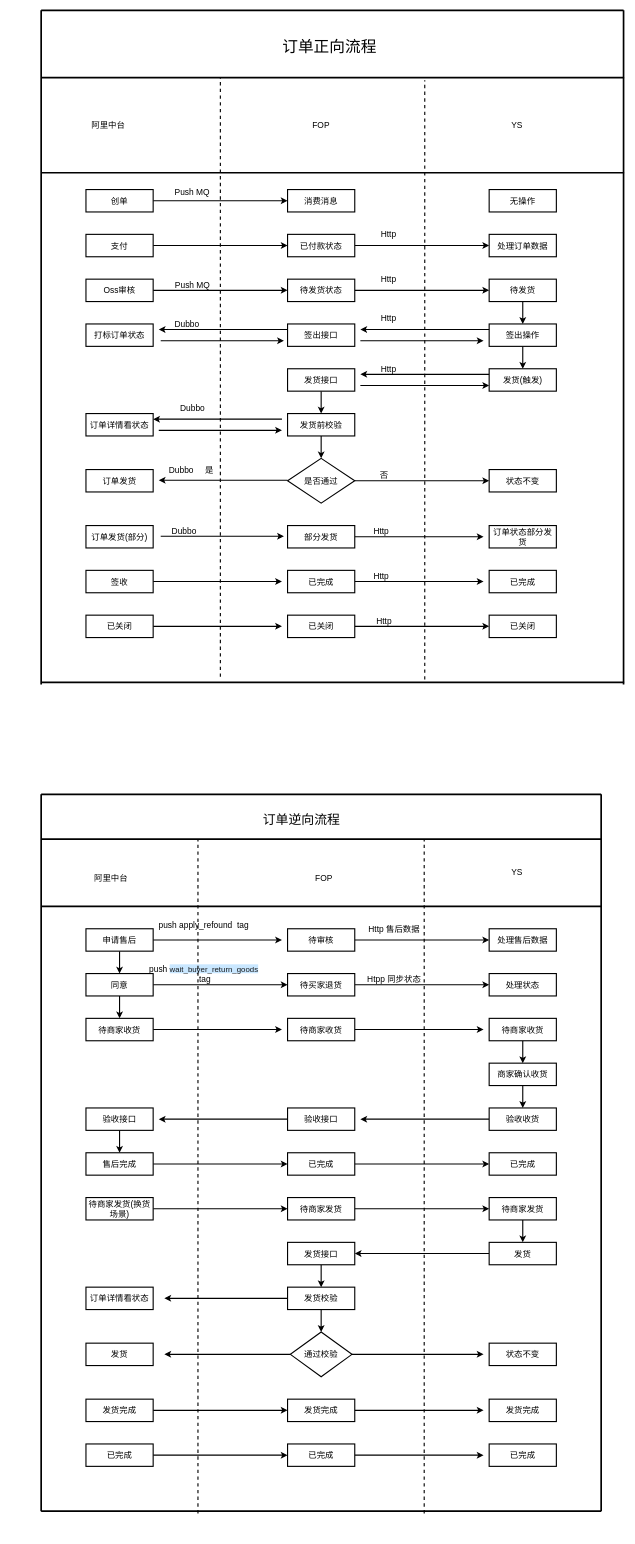
The draw.io diagram YS.drawio in FocusZhouGD/drawprogram, before the edit. Source tidied: cells renumbered, new cells numbered last; positions are measured from the earlier drawing's top-left corner, leaving out a move shared by most shapes. Both pictures are drawn from the tidied source at 56%, with x=0, y=0 at pixel (18, 10).
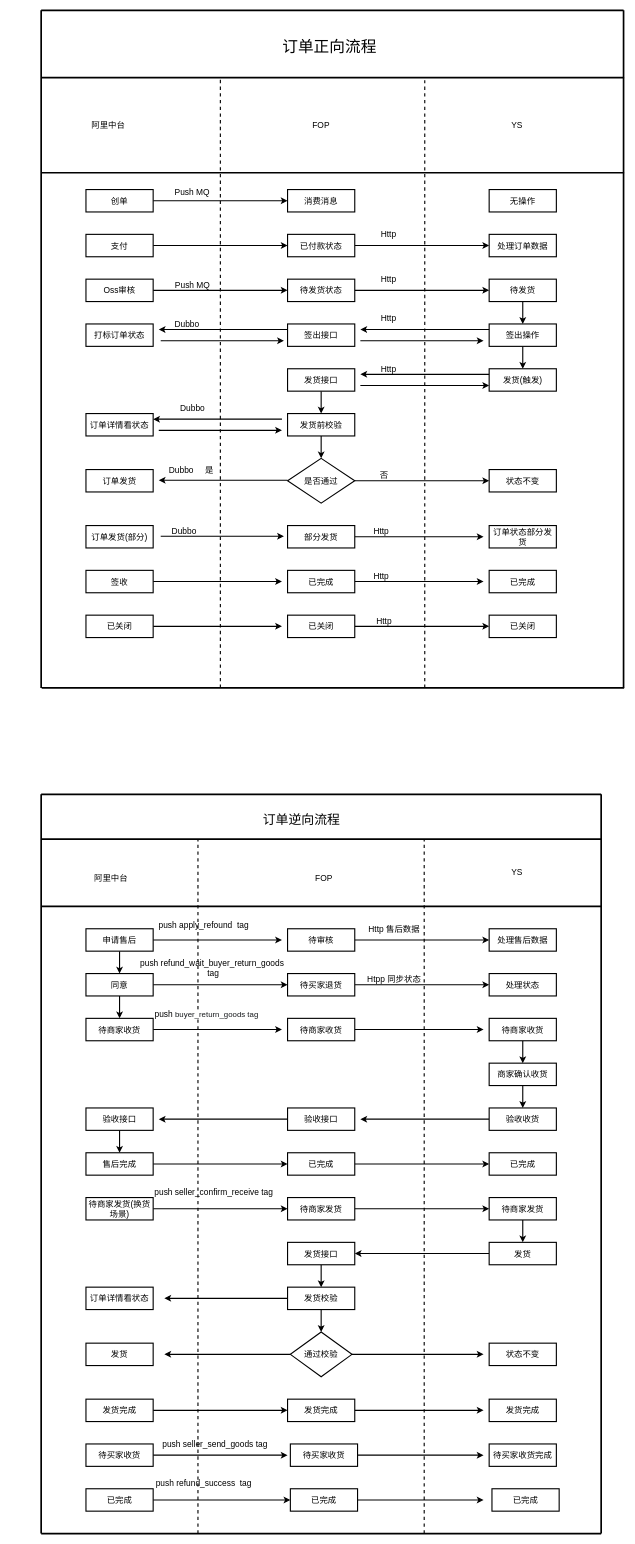
The same page after the edit.

Change to the diagram source:
```diff
@@
     <mxCell id="4" style="endArrow=none;html=1;rounded=0;strokeWidth=3;" parent="1" edge="1">
       <mxGeometry relative="1" as="geometry">
-        <mxPoint x="40" y="1204" as="sourcePoint" />
+        <mxPoint x="40" y="1210" as="sourcePoint" />
         <mxPoint x="40" as="targetPoint" />
       </mxGeometry>
     </mxCell>
@@
-    <mxCell id="93" value="push&amp;nbsp;&lt;span style=&quot;color: rgb(23 , 26 , 29) ; font-family: &amp;#34;microsoft yahei&amp;#34; , &amp;#34;segoe ui&amp;#34; , , &amp;#34;roboto&amp;#34; , &amp;#34;droid sans&amp;#34; , &amp;#34;helvetica neue&amp;#34; , sans-serif , &amp;#34;tahoma&amp;#34; , &amp;#34;segoe ui symbolmyanmar text&amp;#34; , ; font-size: 14px ; text-align: left ; background-color: rgb(201 , 231 , 255)&quot;&gt;wait_buyer_return_goods&lt;/span&gt;&lt;br&gt;&amp;nbsp;tag" style="text;html=1;align=center;verticalAlign=middle;strokeColor=none;fillColor=none;fontSize=15;" parent="1" vertex="1">
-      <mxGeometry x="225" y="1700" width="210" height="40" as="geometry" />
+    <mxCell id="93" value="push&amp;nbsp;refund_wait_buyer_return_goods&lt;br&gt;&amp;nbsp;tag" style="text;html=1;align=center;verticalAlign=middle;strokeColor=none;fillColor=none;fontSize=15;" parent="1" vertex="1">
+      <mxGeometry x="210" y="1690" width="270" height="40" as="geometry" />
     </mxCell>
@@
     <mxCell id="140" value="已完成" style="rounded=0;whiteSpace=wrap;html=1;fontSize=15;strokeWidth=2;" parent="1" vertex="1">
-      <mxGeometry x="120" y="2560" width="120" height="40" as="geometry" />
+      <mxGeometry x="120" y="2640" width="120" height="40" as="geometry" />
     </mxCell>
-    <mxCell id="141" style="edgeStyle=orthogonalEdgeStyle;rounded=0;jettySize=auto;html=1;fontSize=15;strokeWidth=2;" parent="1" edge="1" source="142">
-      <mxGeometry relative="1" as="geometry">
-        <mxPoint x="830" y="2580" as="targetPoint" />
-      </mxGeometry>
-    </mxCell>
+    <mxCell id="159" style="edgeStyle=orthogonalEdgeStyle;rounded=0;jettySize=auto;html=1;fontSize=15;strokeWidth=2;" parent="1" edge="1" source="142">
+      <mxGeometry relative="1" as="geometry">
+        <mxPoint x="830" y="2660" as="targetPoint" />
+      </mxGeometry>
+    </mxCell>
     <mxCell id="142" value="已完成" style="rounded=0;whiteSpace=wrap;html=1;fontSize=15;strokeWidth=2;" parent="1" vertex="1">
-      <mxGeometry x="480" y="2560" width="120" height="40" as="geometry" />
+      <mxGeometry x="485" y="2640" width="120" height="40" as="geometry" />
     </mxCell>
     <mxCell id="143" value="已完成" style="rounded=0;whiteSpace=wrap;html=1;fontSize=15;strokeWidth=2;" parent="1" vertex="1">
-      <mxGeometry x="840" y="2560" width="120" height="40" as="geometry" />
+      <mxGeometry x="845" y="2640" width="120" height="40" as="geometry" />
     </mxCell>
@@
     <mxCell id="145" style="endArrow=none;html=1;rounded=0;strokeWidth=2;dashed=1;" parent="1" edge="1">
       <mxGeometry relative="1" as="geometry">
-        <mxPoint x="360" y="1190" as="sourcePoint" />
+        <mxPoint x="360" y="1210" as="sourcePoint" />
         <mxPoint x="360" y="120" as="targetPoint" />
       </mxGeometry>
     </mxCell>
     <mxCell id="146" style="endArrow=none;html=1;rounded=0;strokeWidth=2;dashed=1;" parent="1" edge="1">
       <mxGeometry relative="1" as="geometry">
-        <mxPoint x="725" y="1195" as="sourcePoint" />
+        <mxPoint x="725" y="1210" as="sourcePoint" />
         <mxPoint x="725" y="125" as="targetPoint" />
       </mxGeometry>
     </mxCell>
@@
     <mxCell id="148" style="endArrow=none;html=1;rounded=0;strokeWidth=3;" parent="1" edge="1">
       <mxGeometry relative="1" as="geometry">
-        <mxPoint x="1080" y="1204" as="sourcePoint" />
+        <mxPoint x="1080" y="1210" as="sourcePoint" />
         <mxPoint x="1080" as="targetPoint" />
       </mxGeometry>
     </mxCell>
     <mxCell id="149" style="endArrow=none;html=1;rounded=0;strokeWidth=3;" parent="1" edge="1">
       <mxGeometry relative="1" as="geometry">
-        <mxPoint x="41" y="1200" as="sourcePoint" />
-        <mxPoint x="1081" y="1200" as="targetPoint" />
+        <mxPoint x="41" y="1210" as="sourcePoint" />
+        <mxPoint x="1081" y="1210" as="targetPoint" />
       </mxGeometry>
     </mxCell>
     <mxCell id="150" style="endArrow=none;html=1;rounded=0;strokeWidth=3;" parent="1" edge="1">
       <mxGeometry relative="1" as="geometry">
-        <mxPoint x="40" y="2680" as="sourcePoint" />
+        <mxPoint x="40" y="2720" as="sourcePoint" />
         <mxPoint x="40" y="1400" as="targetPoint" />
       </mxGeometry>
     </mxCell>
@@
     <mxCell id="153" style="endArrow=none;html=1;rounded=0;strokeWidth=3;" parent="1" edge="1">
       <mxGeometry relative="1" as="geometry">
-        <mxPoint x="1040" y="2680" as="sourcePoint" />
+        <mxPoint x="1040" y="2720" as="sourcePoint" />
         <mxPoint x="1040" y="1400" as="targetPoint" />
       </mxGeometry>
     </mxCell>
     <mxCell id="154" style="endArrow=none;html=1;rounded=0;strokeWidth=2;dashed=1;" parent="1" edge="1">
       <mxGeometry relative="1" as="geometry">
-        <mxPoint x="320" y="2684" as="sourcePoint" />
+        <mxPoint x="320" y="2720" as="sourcePoint" />
         <mxPoint x="320" y="1480" as="targetPoint" />
       </mxGeometry>
     </mxCell>
     <mxCell id="155" style="endArrow=none;html=1;rounded=0;strokeWidth=2;dashed=1;" parent="1" edge="1">
       <mxGeometry relative="1" as="geometry">
-        <mxPoint x="724" y="2684" as="sourcePoint" />
+        <mxPoint x="724" y="2720" as="sourcePoint" />
         <mxPoint x="724" y="1480" as="targetPoint" />
       </mxGeometry>
     </mxCell>
     <mxCell id="156" style="endArrow=none;html=1;rounded=0;strokeWidth=3;" parent="1" edge="1">
       <mxGeometry relative="1" as="geometry">
-        <mxPoint x="40" y="2680" as="sourcePoint" />
-        <mxPoint x="1040" y="2680" as="targetPoint" />
+        <mxPoint x="40" y="2720" as="sourcePoint" />
+        <mxPoint x="1040" y="2720" as="targetPoint" />
       </mxGeometry>
     </mxCell>
@@
+    <mxCell id="160" value="&lt;font style=&quot;font-size: 15px&quot;&gt;push&amp;nbsp;&lt;/font&gt;&lt;span style=&quot;color: rgb(23 , 26 , 29) ; font-family: &amp;#34;microsoft yahei&amp;#34; , &amp;#34;segoe ui&amp;#34; , , &amp;#34;roboto&amp;#34; , &amp;#34;droid sans&amp;#34; , &amp;#34;helvetica neue&amp;#34; , sans-serif , &amp;#34;tahoma&amp;#34; , &amp;#34;segoe ui symbolmyanmar text&amp;#34; , ; font-size: 14px ; text-align: left ; background-color: rgb(255 , 255 , 255)&quot;&gt;buyer_return_goods tag&lt;/span&gt;" style="text;html=1;align=center;verticalAlign=middle;strokeColor=none;fillColor=none;fontSize=23;" parent="1" vertex="1">
+      <mxGeometry x="235" y="1770" width="200" height="40" as="geometry" />
+    </mxCell>
+    <mxCell id="161" value="push&amp;nbsp;seller_confirm_receive tag&amp;nbsp;" style="text;html=1;align=center;verticalAlign=middle;strokeColor=none;fillColor=none;fontSize=15;" parent="1" vertex="1">
+      <mxGeometry x="235" y="2100" width="230" height="20" as="geometry" />
+    </mxCell>
+    <mxCell id="162" style="edgeStyle=orthogonalEdgeStyle;rounded=0;jettySize=auto;html=1;fontSize=15;strokeWidth=2;" parent="1" edge="1" source="163">
+      <mxGeometry relative="1" as="geometry">
+        <mxPoint x="480" y="2580" as="targetPoint" />
+      </mxGeometry>
+    </mxCell>
+    <mxCell id="163" value="待买家收货" style="rounded=0;whiteSpace=wrap;html=1;fontSize=15;strokeWidth=2;" parent="1" vertex="1">
+      <mxGeometry x="120" y="2560" width="120" height="40" as="geometry" />
+    </mxCell>
+    <mxCell id="164" style="edgeStyle=orthogonalEdgeStyle;rounded=0;jettySize=auto;html=1;fontSize=15;strokeWidth=2;" parent="1" edge="1" source="165">
+      <mxGeometry relative="1" as="geometry">
+        <mxPoint x="830" y="2580" as="targetPoint" />
+      </mxGeometry>
+    </mxCell>
+    <mxCell id="165" value="待买家收货" style="rounded=0;whiteSpace=wrap;html=1;fontSize=15;strokeWidth=2;" parent="1" vertex="1">
+      <mxGeometry x="485" y="2560" width="120" height="40" as="geometry" />
+    </mxCell>
+    <mxCell id="166" value="待买家收货完成" style="rounded=0;whiteSpace=wrap;html=1;fontSize=15;strokeWidth=2;" parent="1" vertex="1">
+      <mxGeometry x="840" y="2560" width="120" height="40" as="geometry" />
+    </mxCell>
+    <mxCell id="167" value="push&amp;nbsp;seller_send_goods tag" style="text;html=1;align=center;verticalAlign=middle;strokeColor=none;fillColor=none;fontSize=15;" parent="1" vertex="1">
+      <mxGeometry x="250" y="2550" width="200" height="20" as="geometry" />
+    </mxCell>
+    <mxCell id="168" value="push&amp;nbsp;refund_success &amp;nbsp;tag" style="text;html=1;align=center;verticalAlign=middle;strokeColor=none;fillColor=none;fontSize=15;" parent="1" vertex="1">
+      <mxGeometry x="235" y="2620" width="190" height="20" as="geometry" />
+    </mxCell>
```
